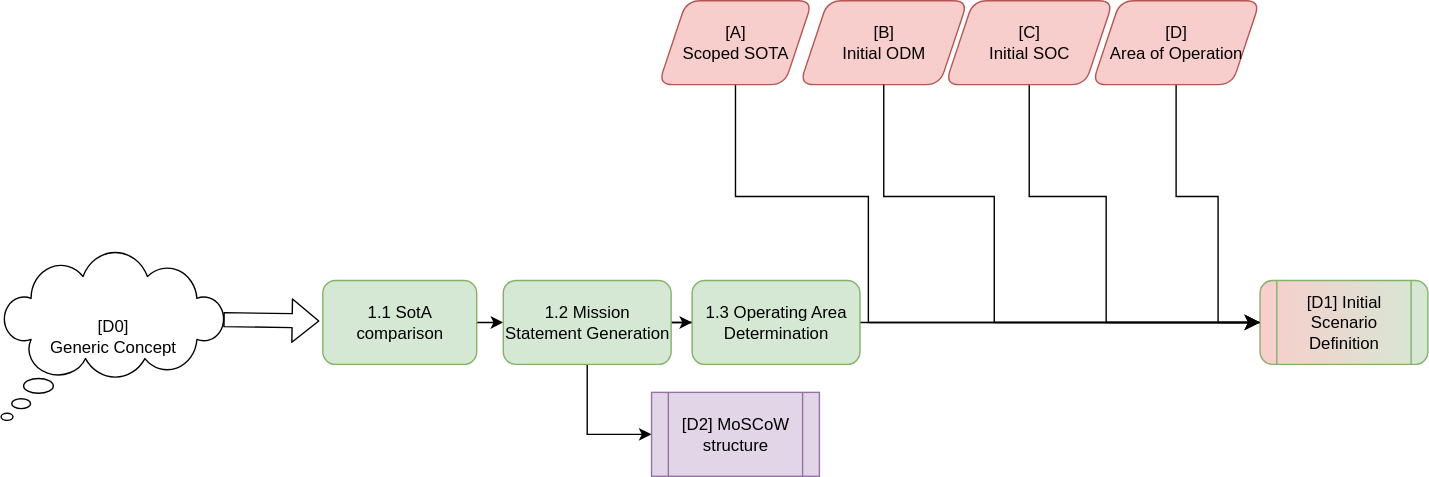
Earlier version of the draw.io export public/diagrams/step-1.svg (TortoiseFather/sacred-site). Source tidied: cells renumbered, new cells last; positions are measured from the earlier drawing's top-left corner, leaving out a move shared by most shapes.
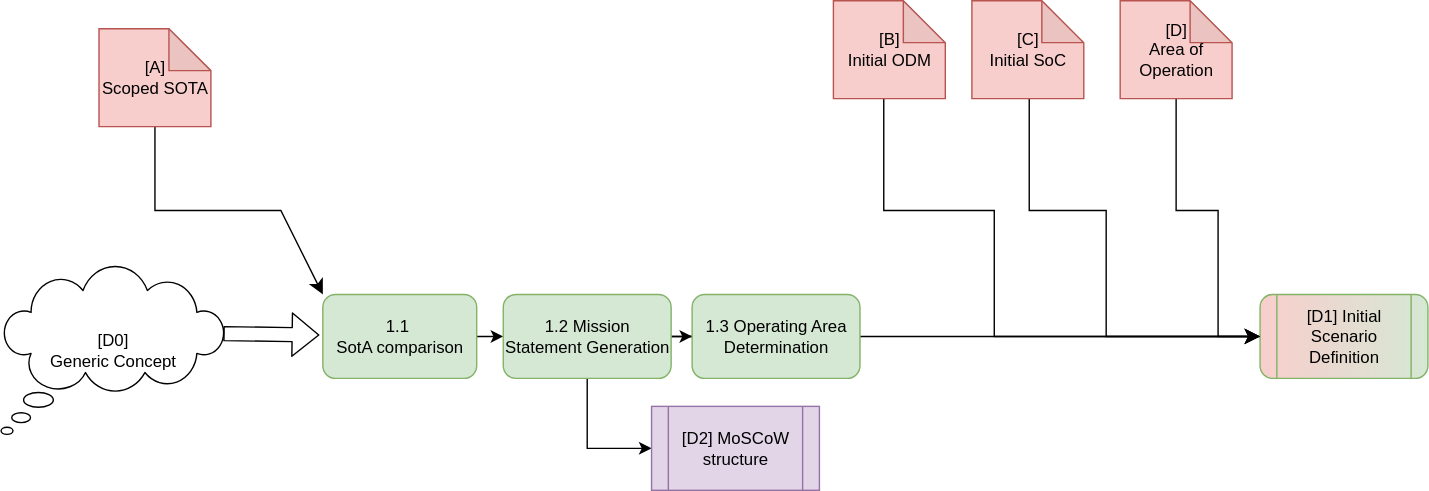
Above is the later version.

Change to the diagram source:
```diff
@@ -1,4 +1,4 @@
-<mxGraphModel background="#ffffff">
+<mxGraphModel>
   <root>
     <mxCell id="0" />
     <mxCell id="1" parent="0" />
@@ -27,20 +27,16 @@
     <mxCell id="8" value="1.2 Mission Statement Generation" style="whiteSpace=wrap;html=1;rounded=1;strokeColor=#82b366;fillColor=#d5e8d4;" parent="1" vertex="1">
       <mxGeometry x="359" y="200" width="120" height="60" as="geometry" />
     </mxCell>
-    <mxCell id="9" style="edgeStyle=none;curved=0;rounded=0;jettySize=auto;html=1;entryX=0;entryY=0.5;entryDx=0;entryDy=0;fontSize=12;startSize=8;endSize=8;strokeColor=#000000;" parent="1" edge="1" source="10">
+    <mxCell id="9" style="edgeStyle=none;curved=0;rounded=0;jettySize=auto;html=1;entryX=0;entryY=0;entryDx=0;entryDy=0;fontSize=12;startSize=8;endSize=8;strokeColor=#000000;" parent="1" edge="1" target="11">
       <mxGeometry relative="1" as="geometry">
-        <mxPoint x="960" y="230" as="targetPoint" />
+        <mxPoint x="110" y="80" as="sourcePoint" />
         <Array as="points">
-          <mxPoint x="525" y="140" />
-          <mxPoint x="620" y="140" />
-          <mxPoint x="620" y="230" />
+          <mxPoint x="110" y="140" />
+          <mxPoint x="200" y="140" />
         </Array>
       </mxGeometry>
     </mxCell>
-    <mxCell id="10" value="&lt;div&gt;&lt;span style=&quot;color: rgb(0, 0, 0);&quot;&gt;[A]&lt;/span&gt;&lt;/div&gt;&lt;div&gt;&lt;span style=&quot;color: rgb(0, 0, 0);&quot;&gt;Scoped SOTA&lt;/span&gt;&lt;/div&gt;" style="shape=parallelogram;perimeter=parallelogramPerimeter;whiteSpace=wrap;html=1;fixedSize=1;rounded=1;strokeColor=#b85450;fillColor=#f8cecc;" parent="1" vertex="1">
-      <mxGeometry x="470" width="110" height="60" as="geometry" />
-    </mxCell>
-    <mxCell id="11" value="1.1 SotA comparison" style="rounded=1;whiteSpace=wrap;html=1;strokeColor=#82b366;fillColor=#d5e8d4;" parent="1" vertex="1">
+    <mxCell id="11" value="&lt;div&gt;1.1&amp;nbsp;&lt;/div&gt;&lt;div&gt;SotA comparison&lt;/div&gt;" style="rounded=1;whiteSpace=wrap;html=1;strokeColor=#82b366;fillColor=#d5e8d4;" parent="1" vertex="1">
       <mxGeometry x="230" y="200" width="110" height="60" as="geometry" />
     </mxCell>
     <mxCell id="12" style="edgeStyle=none;curved=1;rounded=1;jettySize=auto;html=1;entryX=0;entryY=0.5;entryDx=0;entryDy=0;fontSize=12;startSize=8;endSize=8;strokeColor=#000000;" parent="1" edge="1" source="13" target="16">
@@ -49,8 +45,9 @@
     <mxCell id="13" value="1.3 Operating Area Determination" style="rounded=1;whiteSpace=wrap;html=1;strokeColor=#82b366;fillColor=#d5e8d4;" parent="1" vertex="1">
       <mxGeometry x="494" y="200" width="120" height="60" as="geometry" />
     </mxCell>
-    <mxCell id="14" style="edgeStyle=none;curved=0;rounded=0;jettySize=auto;html=1;entryX=0;entryY=0.5;entryDx=0;entryDy=0;fontSize=12;startSize=8;endSize=8;strokeColor=#000000;" parent="1" edge="1" source="15">
+    <mxCell id="14" style="edgeStyle=none;curved=0;rounded=0;orthogonalLoop=1;jettySize=auto;html=1;entryX=0;entryY=0.5;entryDx=0;entryDy=0;fontSize=12;startSize=8;endSize=8;strokeColor=#000000;" parent="1" edge="1">
       <mxGeometry relative="1" as="geometry">
+        <mxPoint x="840" y="60" as="sourcePoint" />
         <mxPoint x="930" y="230" as="targetPoint" />
         <Array as="points">
           <mxPoint x="840" y="140" />
@@ -59,17 +56,12 @@
         </Array>
       </mxGeometry>
     </mxCell>
-    <mxCell id="15" value="[D]&lt;div&gt;&lt;span style=&quot;color: rgb(0, 0, 0);&quot;&gt;Area of Operation&lt;/span&gt;&lt;/div&gt;" style="shape=parallelogram;perimeter=parallelogramPerimeter;whiteSpace=wrap;html=1;fixedSize=1;rounded=1;strokeColor=#b85450;fillColor=#f8cecc;" parent="1" vertex="1">
-      <mxGeometry x="780" width="120" height="60" as="geometry" />
-    </mxCell>
     <mxCell id="16" value="[D1] Initial Scenario Definition" style="shape=process;whiteSpace=wrap;html=1;backgroundOutline=1;rounded=1;strokeColor=#82b366;fillColor=#d5e8d4;gradientDirection=west;gradientColor=#F8CECC;" parent="1" vertex="1">
       <mxGeometry x="900" y="200" width="120" height="60" as="geometry" />
     </mxCell>
-    <mxCell id="17" value="&lt;div&gt;&lt;span style=&quot;color: rgb(0, 0, 0);&quot;&gt;[B]&lt;/span&gt;&lt;/div&gt;&lt;div&gt;&lt;span style=&quot;color: rgb(0, 0, 0);&quot;&gt;Initial ODM&lt;/span&gt;&lt;/div&gt;" style="shape=parallelogram;perimeter=parallelogramPerimeter;whiteSpace=wrap;html=1;fixedSize=1;rounded=1;strokeColor=#b85450;fillColor=#f8cecc;" parent="1" vertex="1">
-      <mxGeometry x="571" width="120" height="60" as="geometry" />
-    </mxCell>
-    <mxCell id="18" style="edgeStyle=none;curved=0;rounded=0;jettySize=auto;html=1;exitX=0.5;exitY=1;exitDx=0;exitDy=0;entryX=0;entryY=0.5;entryDx=0;entryDy=0;fontSize=12;startSize=8;endSize=8;strokeColor=#000000;" parent="1" edge="1" source="19" target="16">
+    <mxCell id="18" style="edgeStyle=none;curved=0;rounded=0;jettySize=auto;html=1;exitX=0.5;exitY=1;exitDx=0;exitDy=0;entryX=0;entryY=0.5;entryDx=0;entryDy=0;fontSize=12;startSize=8;endSize=8;strokeColor=#000000;" parent="1" edge="1" target="16">
       <mxGeometry relative="1" as="geometry">
+        <mxPoint x="735" y="60" as="sourcePoint" />
         <Array as="points">
           <mxPoint x="735" y="140" />
           <mxPoint x="790" y="140" />
@@ -77,11 +69,9 @@
         </Array>
       </mxGeometry>
     </mxCell>
-    <mxCell id="19" value="&lt;span style=&quot;color: rgb(0, 0, 0);&quot;&gt;[C]&lt;/span&gt;&lt;div&gt;&lt;span style=&quot;color: rgb(0, 0, 0);&quot;&gt;Initial SOC&lt;/span&gt;&lt;/div&gt;" style="shape=parallelogram;perimeter=parallelogramPerimeter;whiteSpace=wrap;html=1;fixedSize=1;rounded=1;strokeColor=#b85450;fillColor=#f8cecc;" parent="1" vertex="1">
-      <mxGeometry x="675" width="120" height="60" as="geometry" />
-    </mxCell>
-    <mxCell id="20" style="endArrow=classic;html=1;rounded=0;fontSize=12;startSize=8;endSize=8;curved=0;exitX=0.5;exitY=1;exitDx=0;exitDy=0;entryX=0;entryY=0.5;entryDx=0;entryDy=0;strokeColor=#000000;" parent="1" edge="1" source="17" target="16">
+    <mxCell id="20" style="endArrow=classic;html=1;rounded=0;fontSize=12;startSize=8;endSize=8;curved=0;exitX=0.5;exitY=1;exitDx=0;exitDy=0;entryX=0;entryY=0.5;entryDx=0;entryDy=0;strokeColor=#000000;" parent="1" edge="1" target="16">
       <mxGeometry relative="1" as="geometry">
+        <mxPoint x="631" y="60" as="sourcePoint" />
         <Array as="points">
           <mxPoint x="631" y="140" />
           <mxPoint x="710" y="140" />
@@ -92,5 +82,17 @@
     <mxCell id="21" value="&lt;div&gt;&lt;span style=&quot;color: rgb(0, 0, 0);&quot;&gt;[D2] MoSCoW structure&lt;/span&gt;&lt;/div&gt;" style="shape=process;whiteSpace=wrap;html=1;backgroundOutline=1;fillColor=#e1d5e7;strokeColor=#9673a6;gradientDirection=west;" parent="1" vertex="1">
       <mxGeometry x="465" y="280" width="120" height="60" as="geometry" />
     </mxCell>
+    <mxCell id="10" value="&lt;div&gt;&lt;span style=&quot;color: rgb(0, 0, 0);&quot;&gt;[A]&lt;/span&gt;&lt;/div&gt;&lt;div&gt;&lt;span style=&quot;color: rgb(0, 0, 0);&quot;&gt;Scoped SOTA&lt;/span&gt;&lt;/div&gt;" style="shape=note;whiteSpace=wrap;html=1;backgroundOutline=1;darkOpacity=0.05;fillColor=#f8cecc;strokeColor=#b85450;" parent="1" vertex="1">
+      <mxGeometry x="70" y="10" width="80" height="70" as="geometry" />
+    </mxCell>
+    <mxCell id="17" value="&lt;div&gt;[B]&lt;/div&gt;&lt;div&gt;Initial ODM&lt;/div&gt;" style="shape=note;whiteSpace=wrap;html=1;backgroundOutline=1;darkOpacity=0.05;fillColor=#f8cecc;strokeColor=#b85450;" parent="1" vertex="1">
+      <mxGeometry x="595" y="-10" width="80" height="70" as="geometry" />
+    </mxCell>
+    <mxCell id="22" value="&lt;div&gt;[C]&lt;/div&gt;&lt;div&gt;Initial SoC&lt;/div&gt;" style="shape=note;whiteSpace=wrap;html=1;backgroundOutline=1;darkOpacity=0.05;fillColor=#f8cecc;strokeColor=#b85450;" parent="1" vertex="1">
+      <mxGeometry x="694" y="-10" width="80" height="70" as="geometry" />
+    </mxCell>
+    <mxCell id="15" value="&lt;div&gt;[D]&lt;/div&gt;&lt;div&gt;Area of Operation&lt;/div&gt;" style="shape=note;whiteSpace=wrap;html=1;backgroundOutline=1;darkOpacity=0.05;fillColor=#f8cecc;strokeColor=#b85450;" parent="1" vertex="1">
+      <mxGeometry x="800" y="-10" width="80" height="70" as="geometry" />
+    </mxCell>
   </root>
 </mxGraphModel>
```
